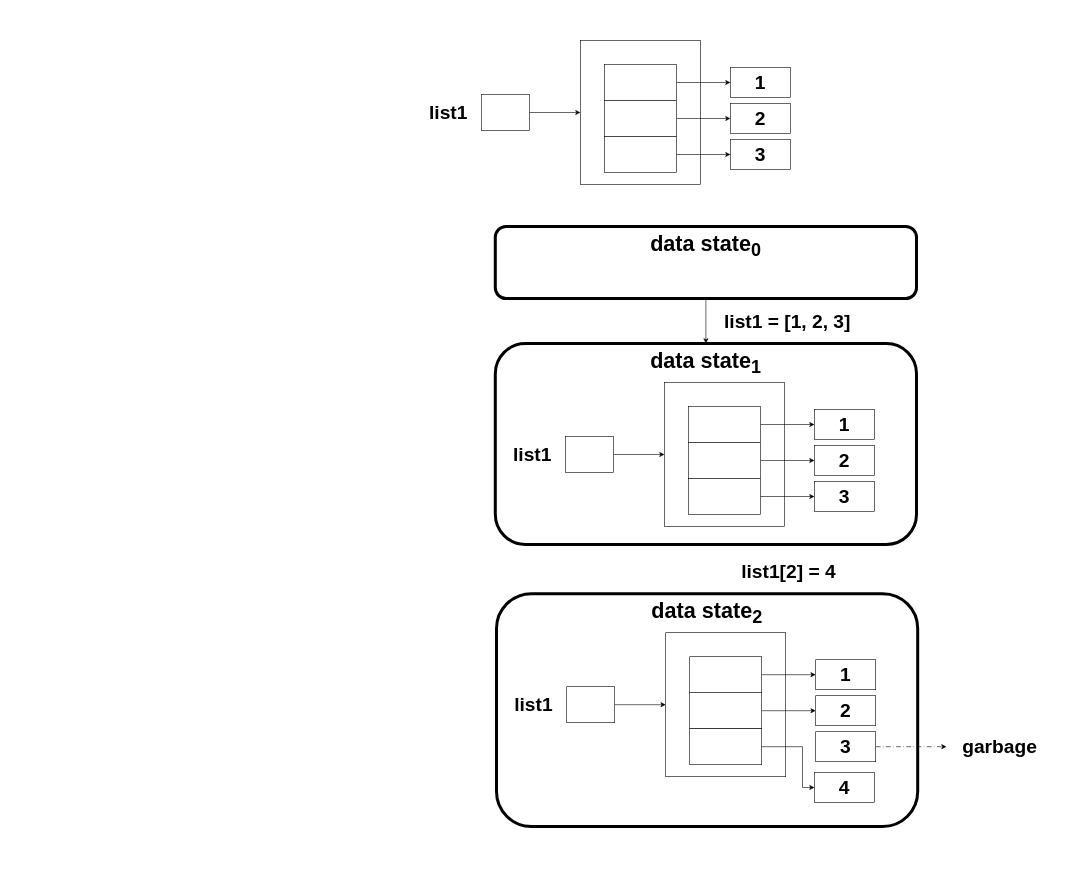
Earlier version of the draw.io diagram page "list-2" (5 of 6) of docs/diagrams-variables.drawio (kushnertodd/basic-data-science-python). Source tidied: cells renumbered, new cells numbered last; positions are measured from the earlier drawing's top-left corner, leaving out a move shared by most shapes. Both pictures are drawn from the tidied source at 60%, with x=0, y=0 at pixel (10, 10).
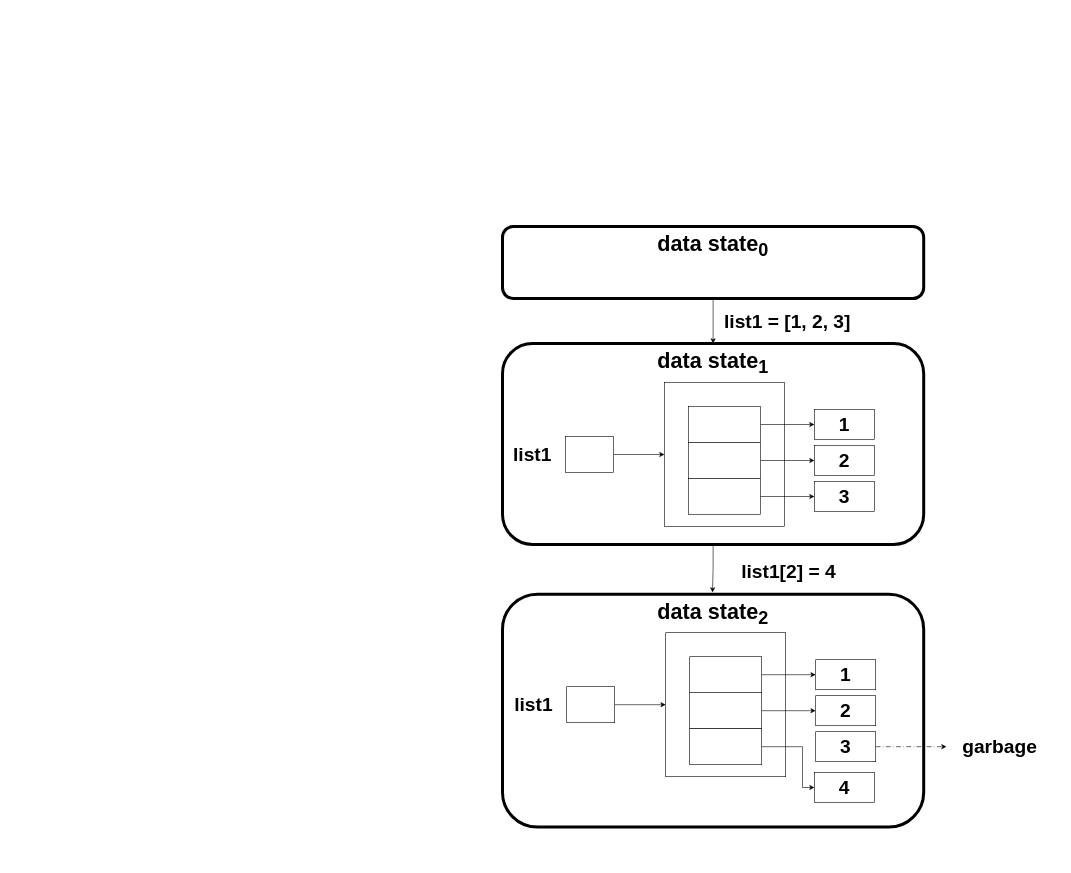
The same diagram, later.

What changed in the source:
```diff
@@
-    <mxCell id="2" style="rounded=0;whiteSpace=wrap;html=1;" parent="1" vertex="1">
-      <mxGeometry x="950" y="50" width="200" height="240" as="geometry" />
-    </mxCell>
-    <mxCell id="3" style="rounded=0;whiteSpace=wrap;html=1;opacity=0;" parent="1" vertex="1">
-      <mxGeometry width="660" height="400" as="geometry" />
-    </mxCell>
-    <mxCell id="4" style="edgeStyle=orthogonalEdgeStyle;rounded=0;jettySize=auto;html=1;entryX=0;entryY=0.5;entryDx=0;entryDy=0;" parent="1" edge="1" source="5" target="14">
-      <mxGeometry relative="1" as="geometry" />
-    </mxCell>
-    <mxCell id="5" style="rounded=0;whiteSpace=wrap;html=1;" parent="1" vertex="1">
-      <mxGeometry x="990" y="150" width="120" height="60" as="geometry" />
-    </mxCell>
-    <mxCell id="6" value="&lt;font style=&quot;font-size: 32px;&quot;&gt;&lt;b&gt;list1&lt;/b&gt;&lt;/font&gt;" style="text;html=1;whiteSpace=wrap;strokeColor=none;fillColor=none;align=center;verticalAlign=middle;rounded=0;" parent="1" vertex="1">
-      <mxGeometry x="700" y="155" width="60" height="30" as="geometry" />
-    </mxCell>
-    <mxCell id="7" style="edgeStyle=orthogonalEdgeStyle;rounded=0;jettySize=auto;html=1;entryX=0;entryY=0.5;entryDx=0;entryDy=0;" parent="1" edge="1" source="8" target="13">
-      <mxGeometry relative="1" as="geometry" />
-    </mxCell>
-    <mxCell id="8" style="rounded=0;whiteSpace=wrap;html=1;" parent="1" vertex="1">
-      <mxGeometry x="990" y="90" width="120" height="60" as="geometry" />
-    </mxCell>
-    <mxCell id="9" style="edgeStyle=orthogonalEdgeStyle;rounded=0;jettySize=auto;html=1;" parent="1" edge="1" source="10" target="2">
-      <mxGeometry relative="1" as="geometry" />
-    </mxCell>
-    <mxCell id="10" style="rounded=0;whiteSpace=wrap;html=1;" parent="1" vertex="1">
-      <mxGeometry x="785" y="140" width="80" height="60" as="geometry" />
-    </mxCell>
-    <mxCell id="11" style="rounded=0;whiteSpace=wrap;html=1;" parent="1" vertex="1">
-      <mxGeometry x="990" y="210" width="120" height="60" as="geometry" />
-    </mxCell>
@@
-    <mxCell id="13" value="&lt;span style=&quot;font-size: 32px;&quot;&gt;&lt;b&gt;1&lt;/b&gt;&lt;/span&gt;" style="rounded=0;whiteSpace=wrap;html=1;" parent="1" vertex="1">
-      <mxGeometry x="1200" y="95" width="100" height="50" as="geometry" />
-    </mxCell>
-    <mxCell id="14" value="&lt;span style=&quot;font-size: 32px;&quot;&gt;&lt;b&gt;2&lt;/b&gt;&lt;/span&gt;" style="rounded=0;whiteSpace=wrap;html=1;" parent="1" vertex="1">
-      <mxGeometry x="1200" y="155" width="100" height="50" as="geometry" />
-    </mxCell>
-    <mxCell id="15" value="&lt;span style=&quot;font-size: 32px;&quot;&gt;&lt;b&gt;3&lt;/b&gt;&lt;/span&gt;" style="rounded=0;whiteSpace=wrap;html=1;" parent="1" vertex="1">
-      <mxGeometry x="1200" y="215" width="100" height="50" as="geometry" />
-    </mxCell>
-    <mxCell id="16" style="edgeStyle=orthogonalEdgeStyle;rounded=0;jettySize=auto;html=1;entryX=0;entryY=0.5;entryDx=0;entryDy=0;" parent="1" edge="1" source="11" target="15">
-      <mxGeometry relative="1" as="geometry" />
-    </mxCell>
@@
+    <mxCell id="54" style="edgeStyle=orthogonalEdgeStyle;rounded=0;jettySize=auto;html=1;" parent="1" edge="1" source="18">
+      <mxGeometry relative="1" as="geometry">
+        <mxPoint x="1170" y="970" as="targetPoint" />
+      </mxGeometry>
+    </mxCell>
     <mxCell id="18" value="&lt;font style=&quot;font-size: 36px;&quot;&gt;&lt;b&gt;data state&lt;sub&gt;1&lt;/sub&gt;&lt;/b&gt;&lt;/font&gt;" style="rounded=1;whiteSpace=wrap;html=1;align=center;verticalAlign=top;strokeWidth=5;" parent="1" vertex="1">
-      <mxGeometry x="808" y="555" width="702" height="335" as="geometry" />
+      <mxGeometry x="820" y="555" width="702" height="335" as="geometry" />
     </mxCell>
@@
     <mxCell id="20" value="&lt;font style=&quot;&quot;&gt;&lt;b style=&quot;&quot;&gt;&lt;span style=&quot;font-size: 36px;&quot;&gt;data state&lt;sub&gt;0&lt;/sub&gt;&lt;/span&gt;&lt;/b&gt;&lt;/font&gt;" style="rounded=1;whiteSpace=wrap;html=1;align=center;verticalAlign=top;strokeWidth=5;" parent="1" vertex="1">
-      <mxGeometry x="808" y="360" width="702" height="120" as="geometry" />
+      <mxGeometry x="820" y="360" width="702" height="120" as="geometry" />
     </mxCell>
@@
     <mxCell id="37" value="&lt;font style=&quot;font-size: 36px;&quot;&gt;&lt;b&gt;data state&lt;sub&gt;2&lt;/sub&gt;&lt;/b&gt;&lt;/font&gt;" style="rounded=1;whiteSpace=wrap;html=1;align=center;verticalAlign=top;strokeWidth=5;" parent="1" vertex="1">
-      <mxGeometry x="810" y="972" width="702" height="388" as="geometry" />
+      <mxGeometry x="820" y="973" width="702" height="388" as="geometry" />
     </mxCell>
@@
+    <mxCell id="3" style="rounded=0;whiteSpace=wrap;html=1;opacity=0;" parent="1" vertex="1">
+      <mxGeometry x="780" y="240" width="970" height="1180" as="geometry" />
+    </mxCell>
```
